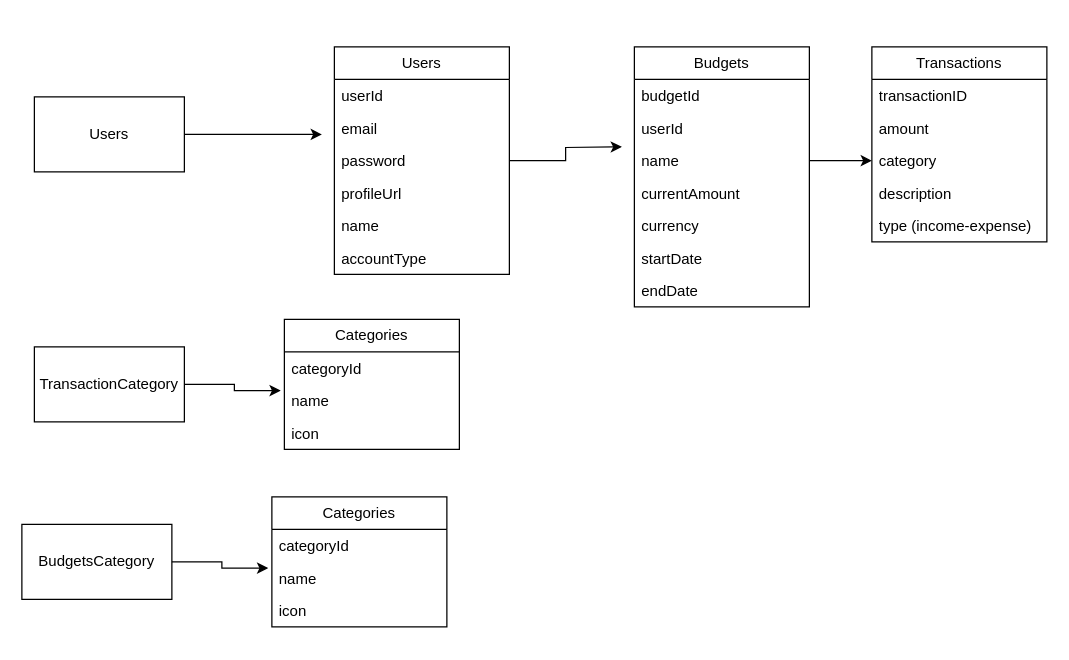
Earlier version of the draw.io diagram budge_app.drawio (Nguyen-Loi/budge_app). Source tidied: cells renumbered, new cells numbered last; positions are measured from the earlier drawing's top-left corner, leaving out a move shared by most shapes. Both pictures are drawn from the tidied source at 125%, with x=0, y=0 at pixel (21, 46).
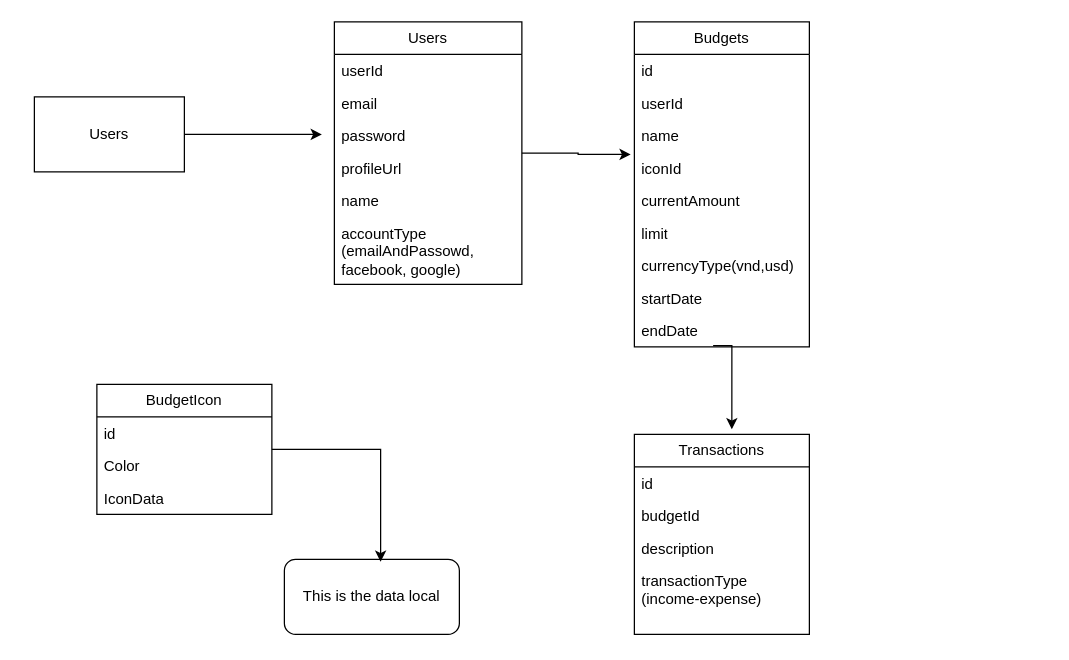
The same diagram, later.

Unchanged cells that the change refers to:
```xml
<mxCell id="21" value="name" style="text;strokeColor=none;fillColor=none;align=left;verticalAlign=top;spacingLeft=4;spacingRight=4;overflow=hidden;points=[[0,0.5],[1,0.5]];portConstraint=eastwest;whiteSpace=wrap;html=1;" parent="18" vertex="1">
  <mxGeometry y="78" width="140" height="26" as="geometry" />
</mxCell>
```

What changed in the source:
```diff
@@
-    <mxCell id="4" value="TransactionCategory" style="rounded=0;whiteSpace=wrap;html=1;" parent="1" vertex="1">
-      <mxGeometry x="10" y="240" width="120" height="60" as="geometry" />
-    </mxCell>
-    <mxCell id="5" style="edgeStyle=orthogonalEdgeStyle;rounded=0;jettySize=auto;html=1;" parent="1" edge="1" source="6">
-      <mxGeometry relative="1" as="geometry">
-        <mxPoint x="480" y="80" as="targetPoint" />
-      </mxGeometry>
+    <mxCell id="5" style="edgeStyle=orthogonalEdgeStyle;rounded=0;jettySize=auto;html=1;entryX=-0.021;entryY=0.077;entryDx=0;entryDy=0;entryPerimeter=0;" parent="1" edge="1" source="6" target="22">
+      <mxGeometry relative="1" as="geometry" />
     </mxCell>
     <mxCell id="6" value="Users" style="swimlane;fontStyle=0;horizontal=1;startSize=26;fillColor=none;whiteSpace=wrap;html=1;" parent="1" vertex="1">
-      <mxGeometry x="250" width="140" height="182" as="geometry" />
+      <mxGeometry x="250" y="-20" width="150" height="210" as="geometry" />
     </mxCell>
     <mxCell id="7" value="userId" style="text;strokeColor=none;fillColor=none;align=left;verticalAlign=top;spacingLeft=4;spacingRight=4;overflow=hidden;whiteSpace=wrap;html=1;" parent="6" vertex="1">
-      <mxGeometry y="26" width="140" height="26" as="geometry" />
+      <mxGeometry y="26" width="150" height="26" as="geometry" />
     </mxCell>
     <mxCell id="8" value="email" style="text;strokeColor=none;fillColor=none;align=left;verticalAlign=top;spacingLeft=4;spacingRight=4;overflow=hidden;whiteSpace=wrap;html=1;" parent="6" vertex="1">
-      <mxGeometry y="52" width="140" height="26" as="geometry" />
+      <mxGeometry y="52" width="150" height="26" as="geometry" />
     </mxCell>
     <mxCell id="9" value="password" style="text;strokeColor=none;fillColor=none;align=left;verticalAlign=top;spacingLeft=4;spacingRight=4;overflow=hidden;whiteSpace=wrap;html=1;" parent="6" vertex="1">
-      <mxGeometry y="78" width="140" height="26" as="geometry" />
+      <mxGeometry y="78" width="150" height="26" as="geometry" />
     </mxCell>
     <mxCell id="10" value="profileUrl" style="text;strokeColor=none;fillColor=none;align=left;verticalAlign=top;spacingLeft=4;spacingRight=4;overflow=hidden;whiteSpace=wrap;html=1;" parent="6" vertex="1">
-      <mxGeometry y="104" width="140" height="26" as="geometry" />
+      <mxGeometry y="104" width="150" height="26" as="geometry" />
     </mxCell>
     <mxCell id="11" value="name" style="text;strokeColor=none;fillColor=none;align=left;verticalAlign=top;spacingLeft=4;spacingRight=4;overflow=hidden;whiteSpace=wrap;html=1;" parent="6" vertex="1">
-      <mxGeometry y="130" width="140" height="26" as="geometry" />
+      <mxGeometry y="130" width="150" height="26" as="geometry" />
     </mxCell>
-    <mxCell id="12" value="accountType" style="text;strokeColor=none;fillColor=none;align=left;verticalAlign=top;spacingLeft=4;spacingRight=4;overflow=hidden;whiteSpace=wrap;html=1;" parent="6" vertex="1">
-      <mxGeometry y="156" width="140" height="26" as="geometry" />
+    <mxCell id="12" value="accountType (emailAndPassowd, facebook, google)" style="text;strokeColor=none;fillColor=none;align=left;verticalAlign=top;spacingLeft=4;spacingRight=4;overflow=hidden;whiteSpace=wrap;html=1;" parent="6" vertex="1">
+      <mxGeometry y="156" width="150" height="54" as="geometry" />
     </mxCell>
-    <mxCell id="13" value="Categories" style="swimlane;fontStyle=0;horizontal=1;startSize=26;fillColor=none;whiteSpace=wrap;html=1;" parent="1" vertex="1">
-      <mxGeometry x="210" y="218" width="140" height="104" as="geometry" />
+    <mxCell id="13" value="BudgetIcon" style="swimlane;fontStyle=0;horizontal=1;startSize=26;fillColor=none;whiteSpace=wrap;html=1;" parent="1" vertex="1">
+      <mxGeometry x="60" y="270" width="140" height="104" as="geometry" />
     </mxCell>
-    <mxCell id="14" value="categoryId" style="text;strokeColor=none;fillColor=none;align=left;verticalAlign=top;spacingLeft=4;spacingRight=4;overflow=hidden;whiteSpace=wrap;html=1;" parent="13" vertex="1">
+    <mxCell id="14" value="id" style="text;strokeColor=none;fillColor=none;align=left;verticalAlign=top;spacingLeft=4;spacingRight=4;overflow=hidden;whiteSpace=wrap;html=1;" parent="13" vertex="1">
       <mxGeometry y="26" width="140" height="26" as="geometry" />
     </mxCell>
-    <mxCell id="15" value="name" style="text;strokeColor=none;fillColor=none;align=left;verticalAlign=top;spacingLeft=4;spacingRight=4;overflow=hidden;points=[[0,0.5],[1,0.5]];portConstraint=eastwest;whiteSpace=wrap;html=1;" parent="13" vertex="1">
+    <mxCell id="15" value="Color" style="text;strokeColor=none;fillColor=none;align=left;verticalAlign=top;spacingLeft=4;spacingRight=4;overflow=hidden;points=[[0,0.5],[1,0.5]];portConstraint=eastwest;whiteSpace=wrap;html=1;" parent="13" vertex="1">
       <mxGeometry y="52" width="140" height="26" as="geometry" />
     </mxCell>
-    <mxCell id="16" value="icon" style="text;strokeColor=none;fillColor=none;align=left;verticalAlign=top;spacingLeft=4;spacingRight=4;overflow=hidden;whiteSpace=wrap;html=1;" parent="13" vertex="1">
+    <mxCell id="16" value="IconData" style="text;strokeColor=none;fillColor=none;align=left;verticalAlign=top;spacingLeft=4;spacingRight=4;overflow=hidden;whiteSpace=wrap;html=1;" parent="13" vertex="1">
       <mxGeometry y="78" width="140" height="26" as="geometry" />
     </mxCell>
-    <mxCell id="17" style="edgeStyle=orthogonalEdgeStyle;rounded=0;jettySize=auto;html=1;entryX=-0.021;entryY=0.192;entryDx=0;entryDy=0;entryPerimeter=0;" parent="1" edge="1" source="4" target="15">
-      <mxGeometry relative="1" as="geometry" />
-    </mxCell>
     <mxCell id="18" value="Budgets" style="swimlane;fontStyle=0;horizontal=1;startSize=26;fillColor=none;whiteSpace=wrap;html=1;" parent="1" vertex="1">
-      <mxGeometry x="490" width="140" height="208" as="geometry" />
+      <mxGeometry x="490" y="-20" width="140" height="260" as="geometry" />
     </mxCell>
-    <mxCell id="19" value="budgetId" style="text;strokeColor=none;fillColor=none;align=left;verticalAlign=top;spacingLeft=4;spacingRight=4;overflow=hidden;whiteSpace=wrap;html=1;" parent="18" vertex="1">
+    <mxCell id="19" value="id" style="text;strokeColor=none;fillColor=none;align=left;verticalAlign=top;spacingLeft=4;spacingRight=4;overflow=hidden;whiteSpace=wrap;html=1;" parent="18" vertex="1">
       <mxGeometry y="26" width="140" height="26" as="geometry" />
     </mxCell>
@@
-    <mxCell id="22" value="currentAmount" style="text;strokeColor=none;fillColor=none;align=left;verticalAlign=top;spacingLeft=4;spacingRight=4;overflow=hidden;points=[[0,0.5],[1,0.5]];portConstraint=eastwest;whiteSpace=wrap;html=1;" parent="18" vertex="1">
+    <mxCell id="22" value="iconId" style="text;strokeColor=none;fillColor=none;align=left;verticalAlign=top;spacingLeft=4;spacingRight=4;overflow=hidden;points=[[0,0.5],[1,0.5]];portConstraint=eastwest;whiteSpace=wrap;html=1;" parent="18" vertex="1">
       <mxGeometry y="104" width="140" height="26" as="geometry" />
     </mxCell>
-    <mxCell id="23" value="currency" style="text;strokeColor=none;fillColor=none;align=left;verticalAlign=top;spacingLeft=4;spacingRight=4;overflow=hidden;whiteSpace=wrap;html=1;" parent="18" vertex="1">
+    <mxCell id="23" value="currentAmount" style="text;strokeColor=none;fillColor=none;align=left;verticalAlign=top;spacingLeft=4;spacingRight=4;overflow=hidden;whiteSpace=wrap;html=1;" parent="18" vertex="1">
       <mxGeometry y="130" width="140" height="26" as="geometry" />
     </mxCell>
-    <mxCell id="24" value="startDate" style="text;strokeColor=none;fillColor=none;align=left;verticalAlign=top;spacingLeft=4;spacingRight=4;overflow=hidden;whiteSpace=wrap;html=1;" parent="18" vertex="1">
+    <mxCell id="24" value="limit" style="text;strokeColor=none;fillColor=none;align=left;verticalAlign=top;spacingLeft=4;spacingRight=4;overflow=hidden;whiteSpace=wrap;html=1;" parent="18" vertex="1">
       <mxGeometry y="156" width="140" height="26" as="geometry" />
     </mxCell>
-    <mxCell id="25" value="endDate" style="text;strokeColor=none;fillColor=none;align=left;verticalAlign=top;spacingLeft=4;spacingRight=4;overflow=hidden;whiteSpace=wrap;html=1;" parent="18" vertex="1">
+    <mxCell id="25" value="currencyType(vnd,usd)" style="text;strokeColor=none;fillColor=none;align=left;verticalAlign=top;spacingLeft=4;spacingRight=4;overflow=hidden;whiteSpace=wrap;html=1;" parent="18" vertex="1">
       <mxGeometry y="182" width="140" height="26" as="geometry" />
     </mxCell>
+    <mxCell id="39" value="startDate" style="text;strokeColor=none;fillColor=none;align=left;verticalAlign=top;spacingLeft=4;spacingRight=4;overflow=hidden;whiteSpace=wrap;html=1;" parent="18" vertex="1">
+      <mxGeometry y="208" width="140" height="26" as="geometry" />
+    </mxCell>
+    <mxCell id="40" value="endDate" style="text;strokeColor=none;fillColor=none;align=left;verticalAlign=top;spacingLeft=4;spacingRight=4;overflow=hidden;points=[[0,0.5],[1,0.5]];portConstraint=eastwest;whiteSpace=wrap;html=1;" parent="18" vertex="1">
+      <mxGeometry y="234" width="140" height="26" as="geometry" />
+    </mxCell>
     <mxCell id="26" value="Transactions" style="swimlane;fontStyle=0;horizontal=1;startSize=26;fillColor=none;whiteSpace=wrap;html=1;" parent="1" vertex="1">
-      <mxGeometry x="680" width="140" height="156" as="geometry" />
+      <mxGeometry x="490" y="310" width="140" height="160" as="geometry" />
     </mxCell>
-    <mxCell id="27" value="transactionID" style="text;strokeColor=none;fillColor=none;align=left;verticalAlign=top;spacingLeft=4;spacingRight=4;overflow=hidden;whiteSpace=wrap;html=1;" parent="26" vertex="1">
+    <mxCell id="27" value="id" style="text;strokeColor=none;fillColor=none;align=left;verticalAlign=top;spacingLeft=4;spacingRight=4;overflow=hidden;whiteSpace=wrap;html=1;" parent="26" vertex="1">
       <mxGeometry y="26" width="140" height="26" as="geometry" />
     </mxCell>
-    <mxCell id="28" value="amount" style="text;strokeColor=none;fillColor=none;align=left;verticalAlign=top;spacingLeft=4;spacingRight=4;overflow=hidden;whiteSpace=wrap;html=1;" parent="26" vertex="1">
+    <mxCell id="28" value="budgetId" style="text;strokeColor=none;fillColor=none;align=left;verticalAlign=top;spacingLeft=4;spacingRight=4;overflow=hidden;whiteSpace=wrap;html=1;" parent="26" vertex="1">
       <mxGeometry y="52" width="140" height="26" as="geometry" />
     </mxCell>
-    <mxCell id="29" value="category" style="text;strokeColor=none;fillColor=none;align=left;verticalAlign=top;spacingLeft=4;spacingRight=4;overflow=hidden;points=[[0,0.5],[1,0.5]];portConstraint=eastwest;whiteSpace=wrap;html=1;" parent="26" vertex="1">
+    <mxCell id="29" value="description" style="text;strokeColor=none;fillColor=none;align=left;verticalAlign=top;spacingLeft=4;spacingRight=4;overflow=hidden;points=[[0,0.5],[1,0.5]];portConstraint=eastwest;whiteSpace=wrap;html=1;" parent="26" vertex="1">
       <mxGeometry y="78" width="140" height="26" as="geometry" />
     </mxCell>
-    <mxCell id="30" value="description" style="text;strokeColor=none;fillColor=none;align=left;verticalAlign=top;spacingLeft=4;spacingRight=4;overflow=hidden;whiteSpace=wrap;html=1;" parent="26" vertex="1">
-      <mxGeometry y="104" width="140" height="26" as="geometry" />
-    </mxCell>
-    <mxCell id="31" value="type (income-expense)" style="text;strokeColor=none;fillColor=none;align=left;verticalAlign=top;spacingLeft=4;spacingRight=4;overflow=hidden;whiteSpace=wrap;html=1;" parent="26" vertex="1">
-      <mxGeometry y="130" width="140" height="26" as="geometry" />
+    <mxCell id="31" value="transactionType (income-expense)" style="text;strokeColor=none;fillColor=none;align=left;verticalAlign=top;spacingLeft=4;spacingRight=4;overflow=hidden;whiteSpace=wrap;html=1;" parent="26" vertex="1">
+      <mxGeometry y="104" width="140" height="56" as="geometry" />
     </mxCell>
-    <mxCell id="32" style="edgeStyle=orthogonalEdgeStyle;rounded=0;jettySize=auto;html=1;" parent="1" edge="1" source="21" target="29">
-      <mxGeometry relative="1" as="geometry" />
-    </mxCell>
-    <mxCell id="33" value="BudgetsCategory" style="rounded=0;whiteSpace=wrap;html=1;" parent="1" vertex="1">
-      <mxGeometry y="382" width="120" height="60" as="geometry" />
-    </mxCell>
-    <mxCell id="34" value="Categories" style="swimlane;fontStyle=0;horizontal=1;startSize=26;fillColor=none;whiteSpace=wrap;html=1;" parent="1" vertex="1">
-      <mxGeometry x="200" y="360" width="140" height="104" as="geometry" />
-    </mxCell>
-    <mxCell id="35" value="categoryId" style="text;strokeColor=none;fillColor=none;align=left;verticalAlign=top;spacingLeft=4;spacingRight=4;overflow=hidden;whiteSpace=wrap;html=1;" parent="34" vertex="1">
-      <mxGeometry y="26" width="140" height="26" as="geometry" />
-    </mxCell>
-    <mxCell id="36" value="name" style="text;strokeColor=none;fillColor=none;align=left;verticalAlign=top;spacingLeft=4;spacingRight=4;overflow=hidden;points=[[0,0.5],[1,0.5]];portConstraint=eastwest;whiteSpace=wrap;html=1;" parent="34" vertex="1">
-      <mxGeometry y="52" width="140" height="26" as="geometry" />
-    </mxCell>
-    <mxCell id="37" value="icon" style="text;strokeColor=none;fillColor=none;align=left;verticalAlign=top;spacingLeft=4;spacingRight=4;overflow=hidden;whiteSpace=wrap;html=1;" parent="34" vertex="1">
-      <mxGeometry y="78" width="140" height="26" as="geometry" />
-    </mxCell>
-    <mxCell id="38" style="edgeStyle=orthogonalEdgeStyle;rounded=0;jettySize=auto;html=1;entryX=-0.021;entryY=0.192;entryDx=0;entryDy=0;entryPerimeter=0;" parent="1" edge="1" source="33" target="36">
-      <mxGeometry relative="1" as="geometry" />
-    </mxCell>
+    <mxCell id="41" style="edgeStyle=orthogonalEdgeStyle;rounded=0;jettySize=auto;html=1;entryX=0.557;entryY=-0.025;entryDx=0;entryDy=0;entryPerimeter=0;exitX=0.45;exitY=0.962;exitDx=0;exitDy=0;exitPerimeter=0;" parent="1" edge="1" source="40" target="26">
+      <mxGeometry relative="1" as="geometry">
+        <Array as="points">
+          <mxPoint x="568" y="239" />
+        </Array>
+      </mxGeometry>
+    </mxCell>
+    <mxCell id="42" value="This is the data local" style="rounded=1;whiteSpace=wrap;html=1;" parent="1" vertex="1">
+      <mxGeometry x="210" y="410" width="140" height="60" as="geometry" />
+    </mxCell>
+    <mxCell id="43" style="edgeStyle=orthogonalEdgeStyle;rounded=0;jettySize=auto;html=1;entryX=0.55;entryY=0.033;entryDx=0;entryDy=0;entryPerimeter=0;" parent="1" edge="1" source="13" target="42">
+      <mxGeometry relative="1" as="geometry" />
+    </mxCell>
```
